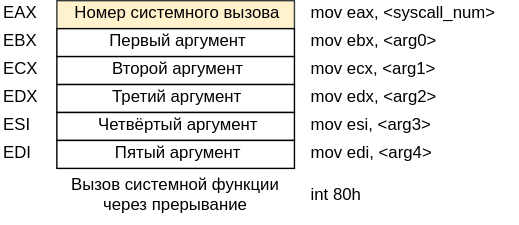
The draw.io diagram img/LinuxSyscalls.svg in random-rage/ctf, before a commit. Source tidied: cells renumbered, new cells last; positions are measured from the earlier drawing's top-left corner, leaving out a move shared by most shapes.
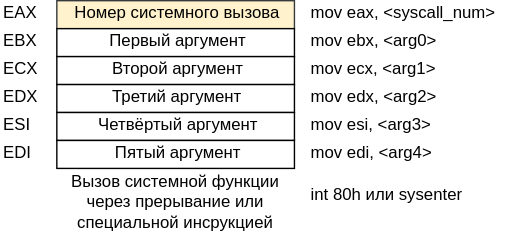
After the commit.

The edit, as a diff of the source:
```diff
@@ -56,11 +56,11 @@
     <mxCell id="19" value="mov edi, &amp;lt;arg4&amp;gt;" style="text;html=1;strokeColor=none;fillColor=none;align=left;verticalAlign=middle;whiteSpace=wrap;rounded=0;fontSize=12;fontColor=#000000;" parent="1" vertex="1">
       <mxGeometry x="220" y="100" width="130" height="20" as="geometry" />
     </mxCell>
-    <mxCell id="20" value="int 80h" style="text;html=1;strokeColor=none;fillColor=none;align=left;verticalAlign=middle;whiteSpace=wrap;rounded=0;fontSize=12;fontColor=#000000;" parent="1" vertex="1">
+    <mxCell id="20" value="int 80h или sysenter" style="text;html=1;strokeColor=none;fillColor=none;align=left;verticalAlign=middle;whiteSpace=wrap;rounded=0;fontSize=12;fontColor=#000000;" parent="1" vertex="1">
       <mxGeometry x="220" y="130" width="130" height="20" as="geometry" />
     </mxCell>
-    <mxCell id="21" value="Вызов системной функции через прерывание" style="text;html=1;strokeColor=none;fillColor=none;align=center;verticalAlign=middle;whiteSpace=wrap;rounded=0;fontSize=12;fontColor=#000000;" parent="1" vertex="1">
-      <mxGeometry x="40" y="120" width="170" height="40" as="geometry" />
+    <mxCell id="21" value="Вызов системной функции через прерывание или специальной инсрукцией" style="text;html=1;strokeColor=none;fillColor=none;align=center;verticalAlign=middle;whiteSpace=wrap;rounded=0;fontSize=12;fontColor=#000000;" parent="1" vertex="1">
+      <mxGeometry x="40" y="120" width="170" height="50" as="geometry" />
     </mxCell>
   </root>
 </mxGraphModel>
```
